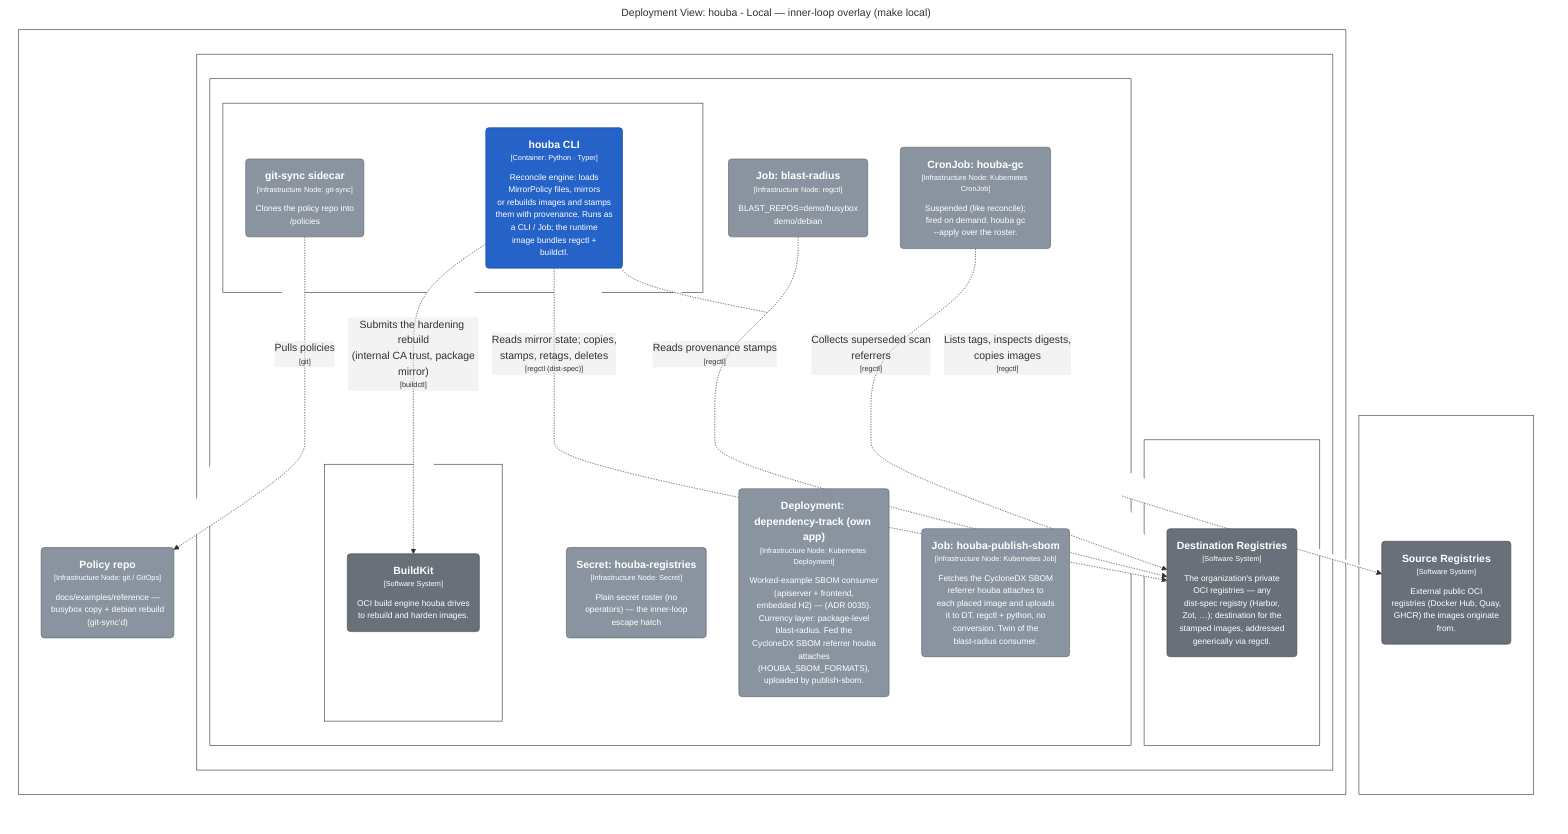
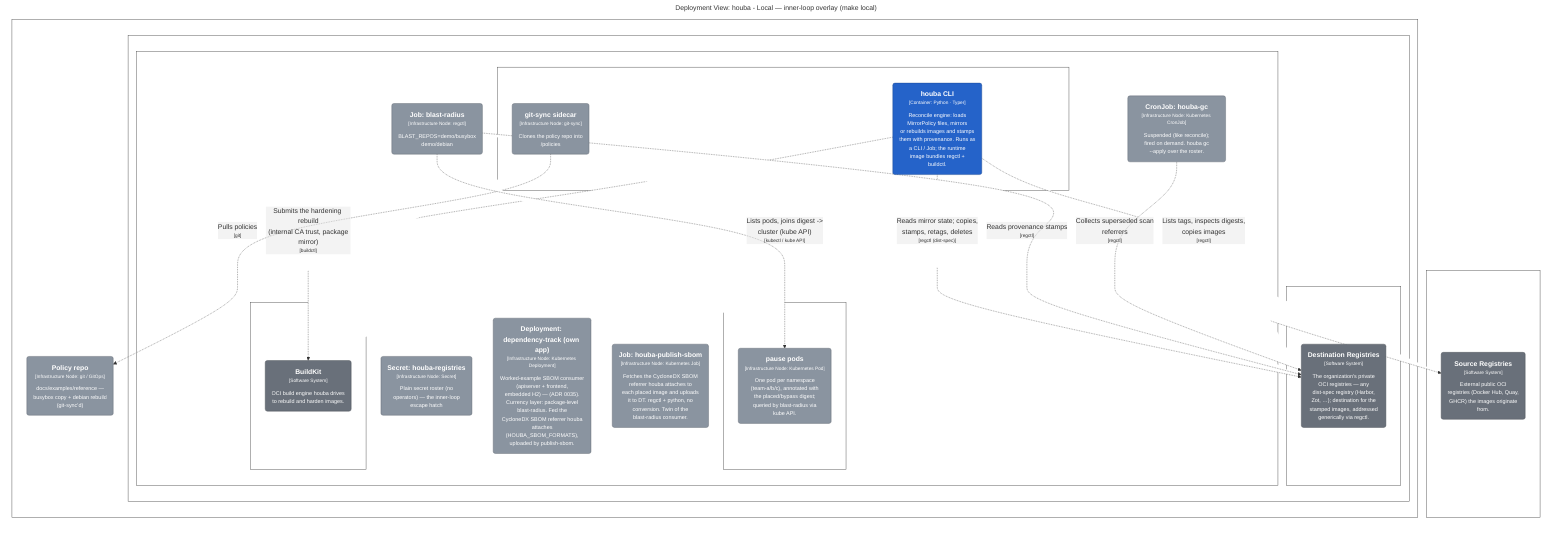
graph LR
  linkStyle default fill:#ffffff

  subgraph diagram ["Deployment View: houba - Local — inner-loop overlay (make local)"]
    style diagram fill:#ffffff,stroke:#ffffff

-     subgraph 207 ["Operator host"]
-       style 207 fill:#ffffff,stroke:#444444,color:#ffffff
+     subgraph 210 ["Operator host"]
+       style 210 fill:#ffffff,stroke:#444444,color:#ffffff

-       208("<div style='font-weight: bold'>Policy repo</div><div style='font-size: 70%; margin-top: 0px'>[Infrastructure Node: git / GitOps]</div><div style='font-size: 80%; margin-top:10px'>docs/examples/reference —<br />busybox copy + debian rebuild<br />(git-sync'd)</div>")
-       style 208 fill:#8a94a0,stroke:#606770,color:#ffffff
-       subgraph 209 ["kind cluster"]
-         style 209 fill:#ffffff,stroke:#444444,color:#ffffff
+       211("<div style='font-weight: bold'>Policy repo</div><div style='font-size: 70%; margin-top: 0px'>[Infrastructure Node: git / GitOps]</div><div style='font-size: 80%; margin-top:10px'>docs/examples/reference —<br />busybox copy + debian rebuild<br />(git-sync'd)</div>")
+       style 211 fill:#8a94a0,stroke:#606770,color:#ffffff
+       subgraph 212 ["kind cluster"]
+         style 212 fill:#ffffff,stroke:#444444,color:#ffffff

-         subgraph 210 ["namespace: houba"]
-           style 210 fill:#ffffff,stroke:#444444,color:#ffffff
+         subgraph 213 ["namespace: houba"]
+           style 213 fill:#ffffff,stroke:#444444,color:#ffffff

-           subgraph 211 ["CronJob: houba-reconcile"]
-             style 211 fill:#ffffff,stroke:#444444,color:#ffffff
+           subgraph 214 ["CronJob: houba-reconcile"]
+             style 214 fill:#ffffff,stroke:#444444,color:#ffffff

-             212("<div style='font-weight: bold'>houba CLI</div><div style='font-size: 70%; margin-top: 0px'>[Container: Python · Typer]</div><div style='font-size: 80%; margin-top:10px'>Reconcile engine: loads<br />MirrorPolicy files, mirrors<br />or rebuilds images and stamps<br />them with provenance. Runs as<br />a CLI / Job; the runtime<br />image bundles regctl +<br />buildctl.</div>")
-             style 212 fill:#2563c9,stroke:#19458c,color:#ffffff
-             213("<div style='font-weight: bold'>git-sync sidecar</div><div style='font-size: 70%; margin-top: 0px'>[Infrastructure Node: git-sync]</div><div style='font-size: 80%; margin-top:10px'>Clones the policy repo into<br />/policies</div>")
-             style 213 fill:#8a94a0,stroke:#606770,color:#ffffff
+             215("<div style='font-weight: bold'>houba CLI</div><div style='font-size: 70%; margin-top: 0px'>[Container: Python · Typer]</div><div style='font-size: 80%; margin-top:10px'>Reconcile engine: loads<br />MirrorPolicy files, mirrors<br />or rebuilds images and stamps<br />them with provenance. Runs as<br />a CLI / Job; the runtime<br />image bundles regctl +<br />buildctl.</div>")
+             style 215 fill:#2563c9,stroke:#19458c,color:#ffffff
+             216("<div style='font-weight: bold'>git-sync sidecar</div><div style='font-size: 70%; margin-top: 0px'>[Infrastructure Node: git-sync]</div><div style='font-size: 80%; margin-top:10px'>Clones the policy repo into<br />/policies</div>")
+             style 216 fill:#8a94a0,stroke:#606770,color:#ffffff
          end

-           subgraph 214 ["Deployment: buildkitd"]
-             style 214 fill:#ffffff,stroke:#444444,color:#ffffff
+           subgraph 217 ["Deployment: buildkitd"]
+             style 217 fill:#ffffff,stroke:#444444,color:#ffffff

-             215("<div style='font-weight: bold'>BuildKit</div><div style='font-size: 70%; margin-top: 0px'>[Software System]</div><div style='font-size: 80%; margin-top:10px'>OCI build engine houba drives<br />to rebuild and harden images.</div>")
-             style 215 fill:#69707a,stroke:#494e55,color:#ffffff
+             218("<div style='font-weight: bold'>BuildKit</div><div style='font-size: 70%; margin-top: 0px'>[Software System]</div><div style='font-size: 80%; margin-top:10px'>OCI build engine houba drives<br />to rebuild and harden images.</div>")
+             style 218 fill:#69707a,stroke:#494e55,color:#ffffff
          end

-           217("<div style='font-weight: bold'>Secret: houba-registries</div><div style='font-size: 70%; margin-top: 0px'>[Infrastructure Node: Secret]</div><div style='font-size: 80%; margin-top:10px'>Plain secret roster (no<br />operators) — the inner-loop<br />escape hatch</div>")
-           style 217 fill:#8a94a0,stroke:#606770,color:#ffffff
-           218("<div style='font-weight: bold'>Job: blast-radius</div><div style='font-size: 70%; margin-top: 0px'>[Infrastructure Node: regctl]</div><div style='font-size: 80%; margin-top:10px'>BLAST_REPOS=demo/busybox<br />demo/debian</div>")
-           style 218 fill:#8a94a0,stroke:#606770,color:#ffffff
-           219("<div style='font-weight: bold'>CronJob: houba-gc</div><div style='font-size: 70%; margin-top: 0px'>[Infrastructure Node: Kubernetes CronJob]</div><div style='font-size: 80%; margin-top:10px'>Suspended (like reconcile);<br />fired on demand. houba gc<br />--apply over the roster.</div>")
-           style 219 fill:#8a94a0,stroke:#606770,color:#ffffff
-           220("<div style='font-weight: bold'>Deployment: dependency-track (own app)</div><div style='font-size: 70%; margin-top: 0px'>[Infrastructure Node: Kubernetes Deployment]</div><div style='font-size: 80%; margin-top:10px'>Worked-example SBOM consumer<br />(apiserver + frontend,<br />embedded H2) — (ADR 0035).<br />Currency layer: package-level<br />blast-radius. Fed the<br />CycloneDX SBOM referrer houba<br />attaches<br />(HOUBA_SBOM_FORMATS),<br />uploaded by publish-sbom.</div>")
+           220("<div style='font-weight: bold'>Secret: houba-registries</div><div style='font-size: 70%; margin-top: 0px'>[Infrastructure Node: Secret]</div><div style='font-size: 80%; margin-top:10px'>Plain secret roster (no<br />operators) — the inner-loop<br />escape hatch</div>")
          style 220 fill:#8a94a0,stroke:#606770,color:#ffffff
-           221("<div style='font-weight: bold'>Job: houba-publish-sbom</div><div style='font-size: 70%; margin-top: 0px'>[Infrastructure Node: Kubernetes Job]</div><div style='font-size: 80%; margin-top:10px'>Fetches the CycloneDX SBOM<br />referrer houba attaches to<br />each placed image and uploads<br />it to DT. regctl + python, no<br />conversion. Twin of the<br />blast-radius consumer.</div>")
+           221("<div style='font-weight: bold'>Job: blast-radius</div><div style='font-size: 70%; margin-top: 0px'>[Infrastructure Node: regctl]</div><div style='font-size: 80%; margin-top:10px'>BLAST_REPOS=demo/busybox<br />demo/debian</div>")
          style 221 fill:#8a94a0,stroke:#606770,color:#ffffff
+           222("<div style='font-weight: bold'>CronJob: houba-gc</div><div style='font-size: 70%; margin-top: 0px'>[Infrastructure Node: Kubernetes CronJob]</div><div style='font-size: 80%; margin-top:10px'>Suspended (like reconcile);<br />fired on demand. houba gc<br />--apply over the roster.</div>")
+           style 222 fill:#8a94a0,stroke:#606770,color:#ffffff
+           223("<div style='font-weight: bold'>Deployment: dependency-track (own app)</div><div style='font-size: 70%; margin-top: 0px'>[Infrastructure Node: Kubernetes Deployment]</div><div style='font-size: 80%; margin-top:10px'>Worked-example SBOM consumer<br />(apiserver + frontend,<br />embedded H2) — (ADR 0035).<br />Currency layer: package-level<br />blast-radius. Fed the<br />CycloneDX SBOM referrer houba<br />attaches<br />(HOUBA_SBOM_FORMATS),<br />uploaded by publish-sbom.</div>")
+           style 223 fill:#8a94a0,stroke:#606770,color:#ffffff
+           224("<div style='font-weight: bold'>Job: houba-publish-sbom</div><div style='font-size: 70%; margin-top: 0px'>[Infrastructure Node: Kubernetes Job]</div><div style='font-size: 80%; margin-top:10px'>Fetches the CycloneDX SBOM<br />referrer houba attaches to<br />each placed image and uploads<br />it to DT. regctl + python, no<br />conversion. Twin of the<br />blast-radius consumer.</div>")
+           style 224 fill:#8a94a0,stroke:#606770,color:#ffffff
+           subgraph 225 ["marked workloads (team-a/b/c)"]
+             style 225 fill:#ffffff,stroke:#444444,color:#ffffff
+ 
+             226("<div style='font-weight: bold'>pause pods</div><div style='font-size: 70%; margin-top: 0px'>[Infrastructure Node: Kubernetes Pod]</div><div style='font-size: 80%; margin-top:10px'>One pod per namespace<br />(team-a/b/c), annotated with<br />the placed/bypass digest;<br />queried by blast-radius via<br />kube API.</div>")
+             style 226 fill:#8a94a0,stroke:#606770,color:#ffffff
+           end
+ 
        end

-         subgraph 222 ["namespace: registry"]
-           style 222 fill:#ffffff,stroke:#444444,color:#ffffff
+         subgraph 227 ["namespace: registry"]
+           style 227 fill:#ffffff,stroke:#444444,color:#ffffff

-           223("<div style='font-weight: bold'>Destination Registries</div><div style='font-size: 70%; margin-top: 0px'>[Software System]</div><div style='font-size: 80%; margin-top:10px'>The organization's private<br />OCI registries — any<br />dist-spec registry (Harbor,<br />Zot, …); destination for the<br />stamped images, addressed<br />generically via regctl.</div>")
-           style 223 fill:#69707a,stroke:#494e55,color:#ffffff
+           228("<div style='font-weight: bold'>Destination Registries</div><div style='font-size: 70%; margin-top: 0px'>[Software System]</div><div style='font-size: 80%; margin-top:10px'>The organization's private<br />OCI registries — any<br />dist-spec registry (Harbor,<br />Zot, …); destination for the<br />stamped images, addressed<br />generically via regctl.</div>")
+           style 228 fill:#69707a,stroke:#494e55,color:#ffffff
        end

      end

    end

-     subgraph 225 ["Internet"]
-       style 225 fill:#ffffff,stroke:#444444,color:#ffffff
+     subgraph 230 ["Internet"]
+       style 230 fill:#ffffff,stroke:#444444,color:#ffffff

-       226("<div style='font-weight: bold'>Source Registries</div><div style='font-size: 70%; margin-top: 0px'>[Software System]</div><div style='font-size: 80%; margin-top:10px'>External public OCI<br />registries (Docker Hub, Quay,<br />GHCR) the images originate<br />from.</div>")
-       style 226 fill:#69707a,stroke:#494e55,color:#ffffff
+       231("<div style='font-weight: bold'>Source Registries</div><div style='font-size: 70%; margin-top: 0px'>[Software System]</div><div style='font-size: 80%; margin-top:10px'>External public OCI<br />registries (Docker Hub, Quay,<br />GHCR) the images originate<br />from.</div>")
+       style 231 fill:#69707a,stroke:#494e55,color:#ffffff
    end

-     212-. "<div>Submits the hardening rebuild<br />(internal CA trust, package<br />mirror)</div><div style='font-size: 70%'>[buildctl]</div>" .->215
-     212-. "<div>Reads mirror state; copies,<br />stamps, retags, deletes</div><div style='font-size: 70%'>[regctl (dist-spec)]</div>" .->223
-     212-. "<div>Lists tags, inspects digests,<br />copies images</div><div style='font-size: 70%'>[regctl]</div>" .->226
-     213-. "<div>Pulls policies</div><div style='font-size: 70%'>[git]</div>" .->208
-     218-. "<div>Reads provenance stamps</div><div style='font-size: 70%'>[regctl]</div>" .->223
-     219-. "<div>Collects superseded scan<br />referrers</div><div style='font-size: 70%'>[regctl]</div>" .->223
+     215-. "<div>Submits the hardening rebuild<br />(internal CA trust, package<br />mirror)</div><div style='font-size: 70%'>[buildctl]</div>" .->218
+     215-. "<div>Reads mirror state; copies,<br />stamps, retags, deletes</div><div style='font-size: 70%'>[regctl (dist-spec)]</div>" .->228
+     215-. "<div>Lists tags, inspects digests,<br />copies images</div><div style='font-size: 70%'>[regctl]</div>" .->231
+     216-. "<div>Pulls policies</div><div style='font-size: 70%'>[git]</div>" .->211
+     221-. "<div>Reads provenance stamps</div><div style='font-size: 70%'>[regctl]</div>" .->228
+     221-. "<div>Lists pods, joins digest -><br />cluster (kube API)</div><div style='font-size: 70%'>[kubectl / kube API]</div>" .->226
+     222-. "<div>Collects superseded scan<br />referrers</div><div style='font-size: 70%'>[regctl]</div>" .->228

  end